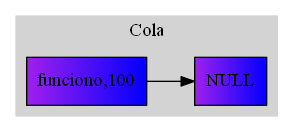
Tiago-130414/EDD_1S2019_P1_201313722 keeps this Graphviz diagram as graficaCola.png. Above is the earlier version. Its source is kept beside it as graficaCola.dot.
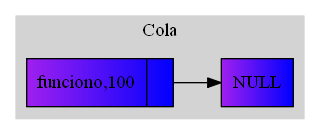
Later version of the same file.

The edit, as a diff of the source:
```diff
@@ -4,9 +4,9 @@
 subgraph cluster_0{
 style=filled;
 color = lightgrey;
-node[shape=rectangle];
-Nodofunciono[label="funciono,100"style = filled, fillcolor = "purple:blue"];
-NodoNULL[label="NULL"style = filled, fillcolor = "purple:blue"];
+node[shape=record];
+Nodofunciono[label="{funciono,100| }"style = filled, fillcolor = "purple:blue"];
+NodoNULL[label="NULL}"style = filled, fillcolor = "purple:blue"];
 Nodofunciono->NodoNULL;
 label = "Cola";
 }
```
